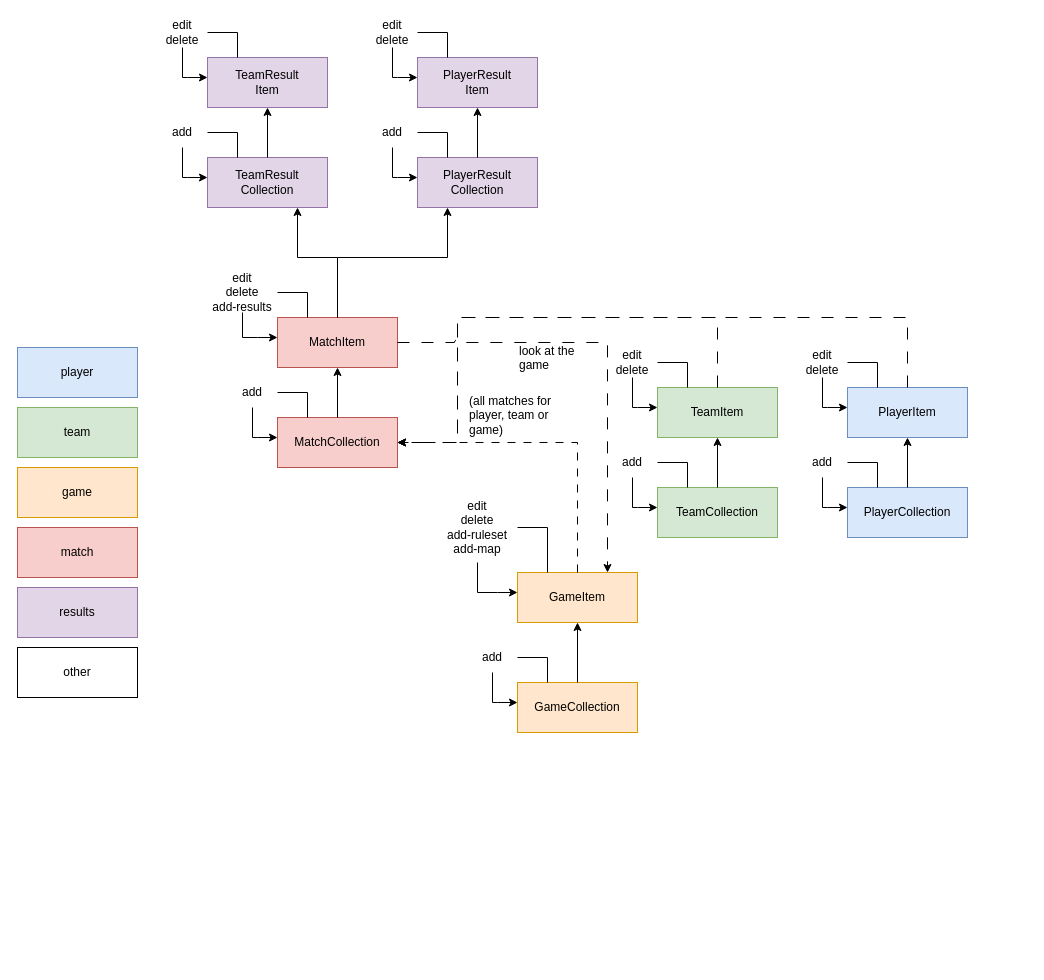
Above: media/state-machine.drawio in oja89/BoardGameTracker (draw.io), before the change. Source tidied: cells renumbered, new cells numbered last; positions are measured from the earlier drawing's top-left corner, leaving out a move shared by most shapes. Both pictures are drawn from the tidied source at 100%, with x=0, y=0 at pixel (17, 17).
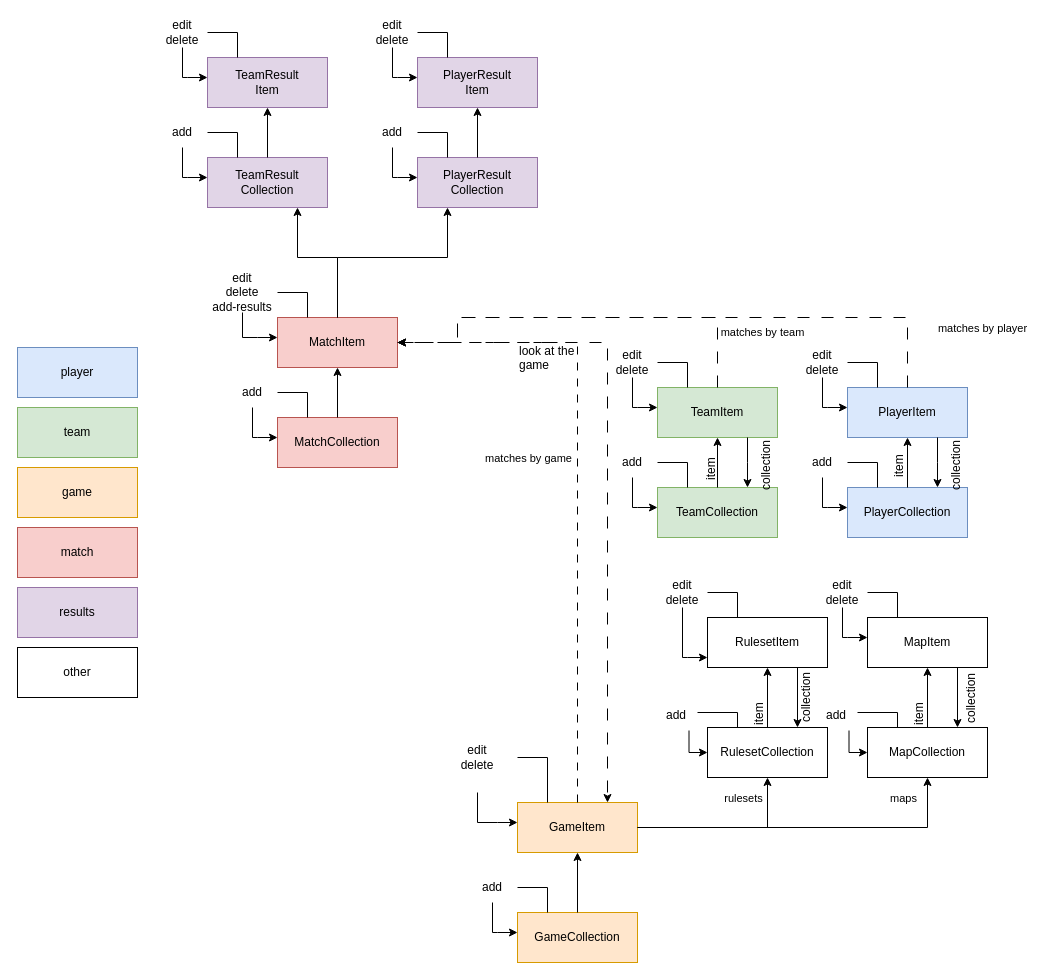
Above is the later version.

Unchanged cells that the change refers to:
```xml
<mxCell id="13" style="group;" parent="1" vertex="1">
  <mxGeometry x="780" y="430" width="170" height="90" as="geometry" />
</mxCell>
<mxCell id="19" style="group;" parent="1" vertex="1">
  <mxGeometry x="590" y="430" width="170" height="90" as="geometry" />
</mxCell>
<mxCell id="26" value="GameItem" style="rounded=0;whiteSpace=wrap;html=1;fillColor=#ffe6cc;strokeColor=#d79b00;" parent="25" vertex="1">
  <mxGeometry x="50" y="40" width="120" height="50" as="geometry" />
</mxCell>
<mxCell id="33" value="&lt;div&gt;PlayerItem&lt;/div&gt;" style="rounded=0;whiteSpace=wrap;html=1;fillColor=#dae8fc;strokeColor=#6c8ebf;" parent="32" vertex="1">
  <mxGeometry x="50" y="40" width="120" height="50" as="geometry" />
</mxCell>
<mxCell id="41" value="&lt;div&gt;TeamItem&lt;/div&gt;" style="rounded=0;whiteSpace=wrap;html=1;fillColor=#d5e8d4;strokeColor=#82b366;" parent="40" vertex="1">
  <mxGeometry x="50" y="40" width="120" height="50" as="geometry" />
</mxCell>
<mxCell id="48" value="MatchCollection" style="rounded=0;whiteSpace=wrap;html=1;fillColor=#f8cecc;strokeColor=#b85450;" parent="47" vertex="1">
  <mxGeometry x="50" y="40" width="120" height="50" as="geometry" />
</mxCell>
<mxCell id="54" value="MatchItem" style="rounded=0;whiteSpace=wrap;html=1;fillColor=#f8cecc;strokeColor=#b85450;" parent="53" vertex="1">
  <mxGeometry x="50" y="40" width="120" height="50" as="geometry" />
</mxCell>
```

Change to the diagram source:
```diff
@@
     <mxCell id="7" style="group;" parent="1" vertex="1">
-      <mxGeometry x="450" y="625" width="170" height="90" as="geometry" />
+      <mxGeometry x="450" y="855" width="170" height="90" as="geometry" />
     </mxCell>
@@
+    <mxCell id="94" value="&lt;div&gt;item&lt;/div&gt;&lt;div&gt;&lt;br&gt;&lt;/div&gt;" style="text;whiteSpace=wrap;html=1;rotation=-90;" parent="13" vertex="1">
+      <mxGeometry x="80" y="5" width="35" height="20" as="geometry" />
+    </mxCell>
@@
+    <mxCell id="95" value="&lt;div&gt;item&lt;/div&gt;&lt;div&gt;&lt;br&gt;&lt;/div&gt;" style="text;whiteSpace=wrap;html=1;rotation=-90;" parent="19" vertex="1">
+      <mxGeometry x="82.5" y="7.5" width="35" height="20" as="geometry" />
+    </mxCell>
     <mxCell id="25" style="group;" parent="1" vertex="1">
-      <mxGeometry x="450" y="515" width="170" height="90" as="geometry" />
+      <mxGeometry x="450" y="745" width="170" height="90" as="geometry" />
     </mxCell>
@@
-    <mxCell id="28" value="&lt;div&gt;edit&lt;/div&gt;&lt;div&gt;delete&lt;/div&gt;&lt;div&gt;add-ruleset&lt;/div&gt;&lt;div&gt;add-map&lt;br&gt;&lt;/div&gt;" style="rounded=0;whiteSpace=wrap;html=1;fillColor=none;strokeColor=none;" parent="25" vertex="1">
+    <mxCell id="28" value="&lt;div&gt;edit&lt;/div&gt;&lt;div&gt;delete&lt;/div&gt;" style="rounded=0;whiteSpace=wrap;html=1;fillColor=none;strokeColor=none;" parent="25" vertex="1">
       <mxGeometry x="-30" y="-40" width="80" height="70" as="geometry" />
     </mxCell>
@@
-    <mxCell id="60" value="(all matches for player, team or game)" style="text;whiteSpace=wrap;html=1;" parent="1" vertex="1">
-      <mxGeometry x="450" y="370" width="90" height="40" as="geometry" />
-    </mxCell>
-    <mxCell id="61" style="edgeStyle=orthogonalEdgeStyle;rounded=0;jettySize=auto;html=1;exitX=0.5;exitY=0;exitDx=0;exitDy=0;entryX=1;entryY=0.5;entryDx=0;entryDy=0;dashed=1;dashPattern=8 8;" parent="1" edge="1" source="26" target="48">
+    <mxCell id="61" style="edgeStyle=orthogonalEdgeStyle;rounded=0;jettySize=auto;html=1;exitX=0.5;exitY=0;exitDx=0;exitDy=0;entryX=1;entryY=0.5;entryDx=0;entryDy=0;dashed=1;dashPattern=8 8;" parent="1" edge="1" source="26" target="54">
       <mxGeometry relative="1" as="geometry" />
     </mxCell>
-    <mxCell id="62" style="edgeStyle=orthogonalEdgeStyle;rounded=0;jettySize=auto;html=1;exitX=0.5;exitY=0;exitDx=0;exitDy=0;entryX=1;entryY=0.5;entryDx=0;entryDy=0;dashed=1;dashPattern=12 12;" parent="1" edge="1" source="41" target="48">
+    <mxCell id="62" style="edgeStyle=orthogonalEdgeStyle;rounded=0;jettySize=auto;html=1;exitX=0.5;exitY=0;exitDx=0;exitDy=0;entryX=1;entryY=0.5;entryDx=0;entryDy=0;dashed=1;dashPattern=12 12;" parent="1" edge="1" source="41" target="54">
       <mxGeometry relative="1" as="geometry">
         <Array as="points">
           <mxPoint x="700" y="300" />
           <mxPoint x="440" y="300" />
-          <mxPoint x="440" y="425" />
+          <mxPoint x="440" y="325" />
         </Array>
       </mxGeometry>
     </mxCell>
-    <mxCell id="63" style="edgeStyle=orthogonalEdgeStyle;rounded=0;jettySize=auto;html=1;exitX=0.5;exitY=0;exitDx=0;exitDy=0;entryX=1;entryY=0.5;entryDx=0;entryDy=0;dashed=1;dashPattern=12 12;" parent="1" edge="1" source="33" target="48">
+    <mxCell id="63" style="edgeStyle=orthogonalEdgeStyle;rounded=0;jettySize=auto;html=1;exitX=0.5;exitY=0;exitDx=0;exitDy=0;entryX=1;entryY=0.5;entryDx=0;entryDy=0;dashed=1;dashPattern=12 12;" parent="1" edge="1" source="33" target="54">
       <mxGeometry relative="1" as="geometry">
         <Array as="points">
           <mxPoint x="890" y="300" />
           <mxPoint x="440" y="300" />
-          <mxPoint x="440" y="425" />
+          <mxPoint x="440" y="325" />
         </Array>
       </mxGeometry>
     </mxCell>
+    <mxCell id="96" value="matches by player" style="edgeLabel;html=1;align=center;verticalAlign=middle;" parent="63" vertex="1">
+      <mxGeometry x="-0.5" y="-2" relative="1" as="geometry">
+        <mxPoint x="155" y="12" as="offset" />
+      </mxGeometry>
+    </mxCell>
@@
+    <mxCell id="97" value="matches by team" style="edgeLabel;html=1;align=center;verticalAlign=middle;" parent="1" vertex="1">
+      <mxGeometry x="970" y="330" as="geometry">
+        <mxPoint x="-226" y="-16" as="offset" />
+      </mxGeometry>
+    </mxCell>
+    <mxCell id="98" value="matches by game" style="edgeLabel;html=1;align=center;verticalAlign=middle;" parent="1" vertex="1">
+      <mxGeometry x="510" y="440" as="geometry" />
+    </mxCell>
+    <mxCell id="99" style="group;" parent="1" vertex="1">
+      <mxGeometry x="800" y="670" width="205" height="90" as="geometry" />
+    </mxCell>
+    <mxCell id="100" value="MapCollection" style="rounded=0;whiteSpace=wrap;html=1;" parent="99" vertex="1">
+      <mxGeometry x="50" y="40" width="120" height="50" as="geometry" />
+    </mxCell>
+    <mxCell id="101" style="edgeStyle=orthogonalEdgeStyle;rounded=0;jettySize=auto;html=1;exitX=0.25;exitY=0;exitDx=0;exitDy=0;entryX=1;entryY=0.5;entryDx=0;entryDy=0;strokeColor=none;" parent="99" edge="1" source="100">
+      <mxGeometry relative="1" as="geometry">
+        <mxPoint x="50" y="15" as="targetPoint" />
+        <Array as="points">
+          <mxPoint x="80" y="10" />
+        </Array>
+      </mxGeometry>
+    </mxCell>
+    <mxCell id="102" value="add" style="rounded=0;whiteSpace=wrap;html=1;fillColor=none;strokeColor=none;" parent="99" vertex="1">
+      <mxGeometry x="-6" y="13" width="50" height="30" as="geometry" />
+    </mxCell>
+    <mxCell id="103" style="edgeStyle=orthogonalEdgeStyle;rounded=0;jettySize=auto;html=1;exitX=0.75;exitY=1;exitDx=0;exitDy=0;entryX=0;entryY=0.5;entryDx=0;entryDy=0;" parent="99" edge="1" source="102" target="100">
+      <mxGeometry relative="1" as="geometry">
+        <Array as="points">
+          <mxPoint x="32" y="65" />
+        </Array>
+      </mxGeometry>
+    </mxCell>
+    <mxCell id="104" style="edgeStyle=orthogonalEdgeStyle;rounded=0;orthogonalLoop=1;jettySize=auto;html=1;exitX=0.25;exitY=0;exitDx=0;exitDy=0;entryX=1;entryY=0.5;entryDx=0;entryDy=0;strokeColor=none;" parent="99" edge="1">
+      <mxGeometry relative="1" as="geometry">
+        <mxPoint x="70" y="50" as="sourcePoint" />
+        <mxPoint x="40" y="25" as="targetPoint" />
+        <Array as="points">
+          <mxPoint x="70" y="20" />
+        </Array>
+      </mxGeometry>
+    </mxCell>
+    <mxCell id="105" style="edgeStyle=orthogonalEdgeStyle;rounded=0;jettySize=auto;html=1;exitX=0.25;exitY=0;exitDx=0;exitDy=0;entryX=1;entryY=0.5;entryDx=0;entryDy=0;endSize=6;targetPerimeterSpacing=0;endArrow=none;endFill=0;" parent="99" edge="1" source="100">
+      <mxGeometry relative="1" as="geometry">
+        <mxPoint x="40" y="25" as="targetPoint" />
+        <Array as="points">
+          <mxPoint x="80" y="25" />
+        </Array>
+      </mxGeometry>
+    </mxCell>
+    <mxCell id="106" value="&lt;div&gt;item&lt;/div&gt;&lt;div&gt;&lt;br&gt;&lt;/div&gt;" style="text;whiteSpace=wrap;html=1;rotation=-90;" parent="99" vertex="1">
+      <mxGeometry x="80" y="13" width="35" height="20" as="geometry" />
+    </mxCell>
+    <mxCell id="107" value="collection" style="text;whiteSpace=wrap;html=1;rotation=-90;" parent="99" vertex="1">
+      <mxGeometry x="115" y="-27" width="90" height="40" as="geometry" />
+    </mxCell>
+    <mxCell id="108" style="group;" parent="1" vertex="1">
+      <mxGeometry x="800" y="560" width="170" height="90" as="geometry" />
+    </mxCell>
+    <mxCell id="109" value="MapItem" style="rounded=0;whiteSpace=wrap;html=1;" parent="108" vertex="1">
+      <mxGeometry x="50" y="40" width="120" height="50" as="geometry" />
+    </mxCell>
+    <mxCell id="110" style="edgeStyle=orthogonalEdgeStyle;rounded=0;jettySize=auto;html=1;exitX=0.5;exitY=1;exitDx=0;exitDy=0;" parent="108" edge="1" source="111">
+      <mxGeometry relative="1" as="geometry">
+        <mxPoint x="50" y="60" as="targetPoint" />
+        <Array as="points">
+          <mxPoint x="30" y="60" />
+          <mxPoint x="50" y="60" />
+        </Array>
+      </mxGeometry>
+    </mxCell>
+    <mxCell id="111" value="&lt;div&gt;edit&lt;/div&gt;&lt;div&gt;delete&lt;br&gt;&lt;/div&gt;" style="rounded=0;whiteSpace=wrap;html=1;fillColor=none;strokeColor=none;" parent="108" vertex="1">
+      <mxGeometry width="50" height="30" as="geometry" />
+    </mxCell>
+    <mxCell id="112" style="edgeStyle=orthogonalEdgeStyle;rounded=0;jettySize=auto;html=1;exitX=0.25;exitY=0;exitDx=0;exitDy=0;entryX=1;entryY=0.5;entryDx=0;entryDy=0;strokeColor=none;" parent="108" edge="1" source="109" target="111">
+      <mxGeometry relative="1" as="geometry">
+        <Array as="points">
+          <mxPoint x="80" y="10" />
+        </Array>
+      </mxGeometry>
+    </mxCell>
+    <mxCell id="113" style="edgeStyle=orthogonalEdgeStyle;rounded=0;jettySize=auto;html=1;exitX=0.25;exitY=0;exitDx=0;exitDy=0;entryX=1;entryY=0.5;entryDx=0;entryDy=0;endSize=6;targetPerimeterSpacing=0;endArrow=none;endFill=0;" parent="108" edge="1" source="109" target="111">
+      <mxGeometry relative="1" as="geometry">
+        <Array as="points">
+          <mxPoint x="80" y="15" />
+        </Array>
+      </mxGeometry>
+    </mxCell>
+    <mxCell id="114" style="edgeStyle=orthogonalEdgeStyle;rounded=0;jettySize=auto;html=1;entryX=0.5;entryY=1;entryDx=0;entryDy=0;" parent="1" edge="1" source="100" target="109">
+      <mxGeometry relative="1" as="geometry" />
+    </mxCell>
+    <mxCell id="115" style="group;" parent="1" vertex="1">
+      <mxGeometry x="640" y="670" width="205" height="90" as="geometry" />
+    </mxCell>
+    <mxCell id="116" value="RulesetCollection" style="rounded=0;whiteSpace=wrap;html=1;" parent="115" vertex="1">
+      <mxGeometry x="50" y="40" width="120" height="50" as="geometry" />
+    </mxCell>
+    <mxCell id="117" style="edgeStyle=orthogonalEdgeStyle;rounded=0;jettySize=auto;html=1;exitX=0.25;exitY=0;exitDx=0;exitDy=0;entryX=1;entryY=0.5;entryDx=0;entryDy=0;strokeColor=none;" parent="115" edge="1" source="116">
+      <mxGeometry relative="1" as="geometry">
+        <mxPoint x="50" y="15" as="targetPoint" />
+        <Array as="points">
+          <mxPoint x="80" y="10" />
+        </Array>
+      </mxGeometry>
+    </mxCell>
+    <mxCell id="118" value="add" style="rounded=0;whiteSpace=wrap;html=1;fillColor=none;strokeColor=none;" parent="115" vertex="1">
+      <mxGeometry x="-6" y="13" width="50" height="30" as="geometry" />
+    </mxCell>
+    <mxCell id="119" style="edgeStyle=orthogonalEdgeStyle;rounded=0;jettySize=auto;html=1;exitX=0.75;exitY=1;exitDx=0;exitDy=0;entryX=0;entryY=0.5;entryDx=0;entryDy=0;" parent="115" edge="1" source="118" target="116">
+      <mxGeometry relative="1" as="geometry">
+        <Array as="points">
+          <mxPoint x="32" y="65" />
+        </Array>
+      </mxGeometry>
+    </mxCell>
+    <mxCell id="120" style="edgeStyle=orthogonalEdgeStyle;rounded=0;orthogonalLoop=1;jettySize=auto;html=1;exitX=0.25;exitY=0;exitDx=0;exitDy=0;entryX=1;entryY=0.5;entryDx=0;entryDy=0;strokeColor=none;" parent="115" edge="1">
+      <mxGeometry relative="1" as="geometry">
+        <mxPoint x="70" y="50" as="sourcePoint" />
+        <mxPoint x="40" y="25" as="targetPoint" />
+        <Array as="points">
+          <mxPoint x="70" y="20" />
+        </Array>
+      </mxGeometry>
+    </mxCell>
+    <mxCell id="121" style="edgeStyle=orthogonalEdgeStyle;rounded=0;jettySize=auto;html=1;exitX=0.25;exitY=0;exitDx=0;exitDy=0;entryX=1;entryY=0.5;entryDx=0;entryDy=0;endSize=6;targetPerimeterSpacing=0;endArrow=none;endFill=0;" parent="115" edge="1" source="116">
+      <mxGeometry relative="1" as="geometry">
+        <mxPoint x="40" y="25" as="targetPoint" />
+        <Array as="points">
+          <mxPoint x="80" y="25" />
+        </Array>
+      </mxGeometry>
+    </mxCell>
+    <mxCell id="122" value="&lt;div&gt;item&lt;/div&gt;&lt;div&gt;&lt;br&gt;&lt;/div&gt;" style="text;whiteSpace=wrap;html=1;rotation=-90;" parent="115" vertex="1">
+      <mxGeometry x="80" y="13" width="35" height="20" as="geometry" />
+    </mxCell>
+    <mxCell id="123" style="group;" parent="1" vertex="1">
+      <mxGeometry x="640" y="580" width="200" height="110" as="geometry" />
+    </mxCell>
+    <mxCell id="124" value="RulesetItem" style="rounded=0;whiteSpace=wrap;html=1;" parent="123" vertex="1">
+      <mxGeometry x="50" y="20" width="120" height="50" as="geometry" />
+    </mxCell>
+    <mxCell id="125" style="edgeStyle=orthogonalEdgeStyle;rounded=0;jettySize=auto;html=1;exitX=0.5;exitY=1;exitDx=0;exitDy=0;" parent="123" edge="1" source="134">
+      <mxGeometry relative="1" as="geometry">
+        <mxPoint x="50" y="60" as="targetPoint" />
+        <Array as="points">
+          <mxPoint x="30" y="60" />
+          <mxPoint x="50" y="60" />
+        </Array>
+      </mxGeometry>
+    </mxCell>
+    <mxCell id="126" style="edgeStyle=orthogonalEdgeStyle;rounded=0;jettySize=auto;html=1;entryX=0.5;entryY=1;entryDx=0;entryDy=0;" parent="1" edge="1" source="116" target="124">
+      <mxGeometry relative="1" as="geometry" />
+    </mxCell>
+    <mxCell id="127" style="edgeStyle=orthogonalEdgeStyle;rounded=0;jettySize=auto;html=1;entryX=0.5;entryY=1;entryDx=0;entryDy=0;" parent="1" edge="1" source="26" target="116">
+      <mxGeometry relative="1" as="geometry" />
+    </mxCell>
+    <mxCell id="128" style="edgeStyle=orthogonalEdgeStyle;rounded=0;jettySize=auto;html=1;entryX=0.5;entryY=1;entryDx=0;entryDy=0;" parent="1" edge="1" source="26" target="100">
+      <mxGeometry relative="1" as="geometry" />
+    </mxCell>
+    <mxCell id="129" value="rulesets" style="edgeLabel;html=1;align=center;verticalAlign=middle;" parent="1" vertex="1">
+      <mxGeometry x="725" y="780" as="geometry" />
+    </mxCell>
+    <mxCell id="130" value="maps" style="edgeLabel;html=1;align=center;verticalAlign=middle;" parent="1" vertex="1">
+      <mxGeometry x="885" y="780" as="geometry" />
+    </mxCell>
+    <mxCell id="131" style="edgeStyle=orthogonalEdgeStyle;rounded=0;jettySize=auto;html=1;exitX=0.75;exitY=1;exitDx=0;exitDy=0;" parent="1" edge="1" source="41">
+      <mxGeometry relative="1" as="geometry">
+        <mxPoint x="730" y="470" as="targetPoint" />
+      </mxGeometry>
+    </mxCell>
+    <mxCell id="132" style="edgeStyle=orthogonalEdgeStyle;rounded=0;jettySize=auto;html=1;exitX=0.75;exitY=1;exitDx=0;exitDy=0;" parent="1" edge="1" source="33">
+      <mxGeometry relative="1" as="geometry">
+        <mxPoint x="920" y="470" as="targetPoint" />
+      </mxGeometry>
+    </mxCell>
+    <mxCell id="133" style="edgeStyle=orthogonalEdgeStyle;rounded=0;jettySize=auto;html=1;exitX=0.75;exitY=1;exitDx=0;exitDy=0;entryX=0.75;entryY=0;entryDx=0;entryDy=0;" parent="1" edge="1" source="124" target="116">
+      <mxGeometry relative="1" as="geometry" />
+    </mxCell>
+    <mxCell id="134" value="&lt;div&gt;edit&lt;/div&gt;&lt;div&gt;delete&lt;br&gt;&lt;/div&gt;" style="rounded=0;whiteSpace=wrap;html=1;fillColor=none;strokeColor=none;" parent="1" vertex="1">
+      <mxGeometry x="640" y="560" width="50" height="30" as="geometry" />
+    </mxCell>
+    <mxCell id="135" style="edgeStyle=orthogonalEdgeStyle;rounded=0;jettySize=auto;html=1;exitX=0.25;exitY=0;exitDx=0;exitDy=0;entryX=1;entryY=0.5;entryDx=0;entryDy=0;strokeColor=none;" parent="1" edge="1" source="124" target="134">
+      <mxGeometry relative="1" as="geometry">
+        <Array as="points">
+          <mxPoint x="720" y="590" />
+        </Array>
+      </mxGeometry>
+    </mxCell>
+    <mxCell id="136" style="edgeStyle=orthogonalEdgeStyle;rounded=0;jettySize=auto;html=1;exitX=0.25;exitY=0;exitDx=0;exitDy=0;entryX=1;entryY=0.5;entryDx=0;entryDy=0;endSize=6;targetPerimeterSpacing=0;endArrow=none;endFill=0;" parent="1" edge="1" source="124" target="134">
+      <mxGeometry relative="1" as="geometry">
+        <Array as="points">
+          <mxPoint x="720" y="575" />
+        </Array>
+      </mxGeometry>
+    </mxCell>
+    <mxCell id="137" style="edgeStyle=orthogonalEdgeStyle;rounded=0;jettySize=auto;html=1;exitX=0.75;exitY=1;exitDx=0;exitDy=0;entryX=0.75;entryY=0;entryDx=0;entryDy=0;" parent="1" edge="1" source="109" target="100">
+      <mxGeometry relative="1" as="geometry" />
+    </mxCell>
+    <mxCell id="138" value="collection" style="text;whiteSpace=wrap;html=1;rotation=-90;" parent="1" vertex="1">
+      <mxGeometry x="750" y="642" width="90" height="40" as="geometry" />
+    </mxCell>
+    <mxCell id="139" value="collection" style="text;whiteSpace=wrap;html=1;rotation=-90;" parent="1" vertex="1">
+      <mxGeometry x="900" y="410" width="90" height="40" as="geometry" />
+    </mxCell>
+    <mxCell id="140" value="collection" style="text;whiteSpace=wrap;html=1;rotation=-90;" parent="1" vertex="1">
+      <mxGeometry x="710" y="410" width="90" height="40" as="geometry" />
+    </mxCell>
```
